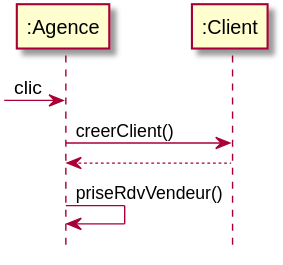
Earlier version of the PlantUML export DOC/UML/Sequence/diagSequencePriseRDV.svg (DenisGuiraudet/MIASHS_UML_PTUT).
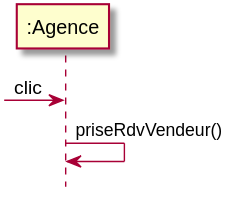
Later version of the same file.

Change to the diagram source:
```diff
@@ -3,11 +3,8 @@
 hide footbox
 
 participant ":Agence" As A
-participant ":Client" As C
 
 [-> A : clic
-A -> C : creerClient()
-C --> A :
 A -> A : priseRdvVendeur()
 
 @enduml
```
